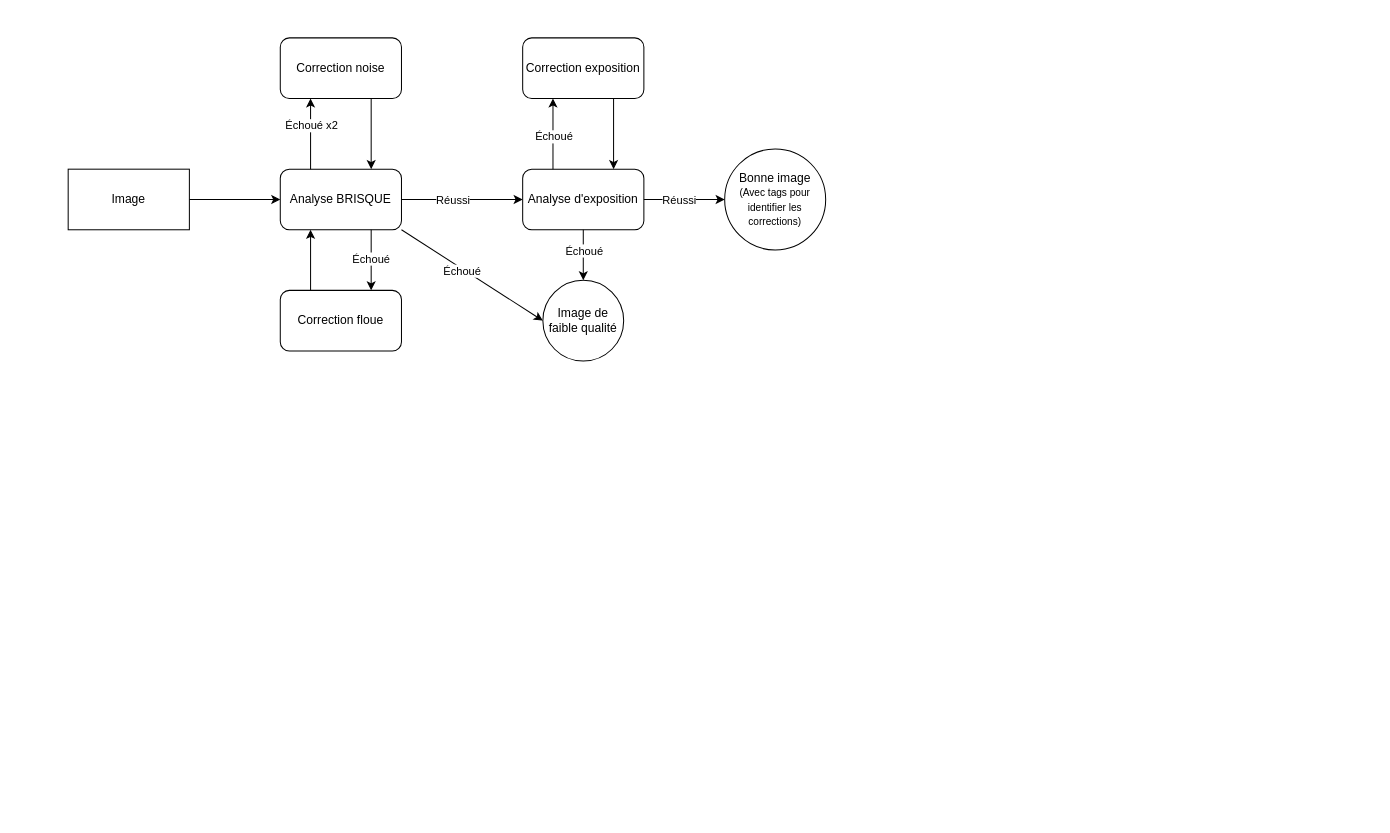
OSMAutoDrone/image_analysis keeps this draw.io diagram as diagramme/pipelineIQA.drawio. Above is the earlier version. Source tidied: cells renumbered, new cells numbered last; positions are measured from the earlier drawing's top-left corner, leaving out a move shared by most shapes. Both pictures are drawn from the tidied source at 101%, with x=0, y=0 at pixel (68, 37).
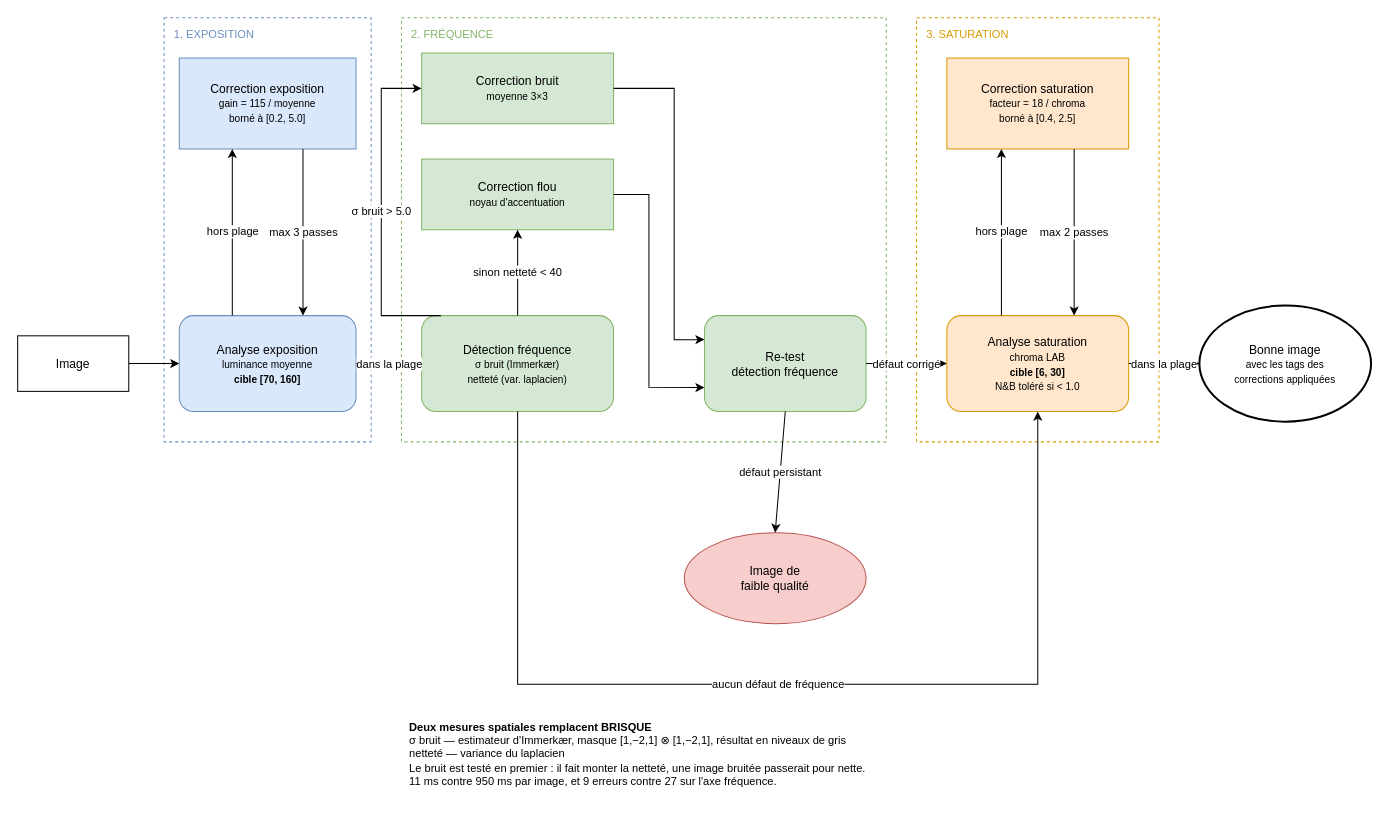
The same page after the edit.

What changed in the source:
```diff
@@
+    <mxCell id="28" value="1. EXPOSITION" style="rounded=0;whiteSpace=wrap;html=1;fillColor=none;strokeColor=#6c8ebf;dashed=1;verticalAlign=top;align=left;spacingLeft=8;spacingTop=4;fontSize=11;fontColor=#6c8ebf;" parent="1" vertex="1">
+      <mxGeometry x="95" y="-20" width="205" height="420" as="geometry" />
+    </mxCell>
+    <mxCell id="29" value="2. FRÉQUENCE" style="rounded=0;whiteSpace=wrap;html=1;fillColor=none;strokeColor=#82b366;dashed=1;verticalAlign=top;align=left;spacingLeft=8;spacingTop=4;fontSize=11;fontColor=#82b366;" parent="1" vertex="1">
+      <mxGeometry x="330" y="-20" width="480" height="420" as="geometry" />
+    </mxCell>
+    <mxCell id="30" value="3. SATURATION" style="rounded=0;whiteSpace=wrap;html=1;fillColor=none;strokeColor=#d79b00;dashed=1;verticalAlign=top;align=left;spacingLeft=8;spacingTop=4;fontSize=11;fontColor=#d79b00;" parent="1" vertex="1">
+      <mxGeometry x="840" y="-20" width="240" height="420" as="geometry" />
+    </mxCell>
     <mxCell id="2" value="Image" style="rounded=0;whiteSpace=wrap;html=1;" parent="1" vertex="1">
-      <mxGeometry y="130" width="120" height="60" as="geometry" />
+      <mxGeometry x="-50" y="295" width="110" height="55" as="geometry" />
     </mxCell>
-    <mxCell id="3" style="endArrow=classic;html=1;rounded=0;exitX=1;exitY=0.5;exitDx=0;exitDy=0;" parent="1" edge="1" source="2">
-      <mxGeometry relative="1" as="geometry">
-        <mxPoint x="210" y="160" as="targetPoint" />
-      </mxGeometry>
-    </mxCell>
-    <mxCell id="4" value="Analyse BRISQUE" style="rounded=1;whiteSpace=wrap;html=1;glass=0;" parent="1" vertex="1">
-      <mxGeometry x="210" y="130" width="120" height="60" as="geometry" />
-    </mxCell>
-    <mxCell id="5" style="endArrow=classic;html=1;rounded=0;" parent="1" edge="1">
-      <mxGeometry relative="1" as="geometry">
-        <mxPoint x="330" y="160" as="sourcePoint" />
-        <mxPoint x="450" y="160" as="targetPoint" />
-      </mxGeometry>
-    </mxCell>
-    <mxCell id="6" value="Réussi" style="edgeLabel;html=1;align=center;verticalAlign=middle;" parent="5" vertex="1">
-      <mxGeometry x="-0.17" relative="1" as="geometry" />
-    </mxCell>
-    <mxCell id="7" value="Analyse d'exposition" style="rounded=1;whiteSpace=wrap;html=1;glass=0;" parent="1" vertex="1">
-      <mxGeometry x="450" y="130" width="120" height="60" as="geometry" />
-    </mxCell>
-    <mxCell id="8" style="endArrow=classic;html=1;rounded=0;" parent="1" edge="1">
-      <mxGeometry relative="1" as="geometry">
-        <mxPoint x="570" y="160" as="sourcePoint" />
-        <mxPoint x="650" y="160" as="targetPoint" />
-      </mxGeometry>
-    </mxCell>
-    <mxCell id="9" value="Réussi" style="edgeLabel;html=1;align=center;verticalAlign=middle;" parent="8" vertex="1">
-      <mxGeometry x="-0.15" y="4" relative="1" as="geometry">
-        <mxPoint y="4" as="offset" />
-      </mxGeometry>
-    </mxCell>
-    <mxCell id="10" value="Bonne image&lt;br&gt;&lt;font style=&quot;font-size: 10px;&quot;&gt;(Avec tags pour identifier les corrections)&lt;/font&gt;" style="ellipse;whiteSpace=wrap;html=1;" parent="1" vertex="1">
-      <mxGeometry x="650" y="110" width="100" height="100" as="geometry" />
-    </mxCell>
-    <mxCell id="11" style="endArrow=classic;html=1;rounded=0;exitX=0.75;exitY=1;exitDx=0;exitDy=0;" parent="1" edge="1" source="4">
-      <mxGeometry relative="1" as="geometry">
-        <mxPoint x="300" y="250" as="targetPoint" />
-      </mxGeometry>
-    </mxCell>
-    <mxCell id="12" value="Échoué" style="edgeLabel;html=1;align=center;verticalAlign=middle;" parent="11" vertex="1">
-      <mxGeometry x="-0.07" y="-1" relative="1" as="geometry" />
-    </mxCell>
-    <mxCell id="13" value="Correction floue" style="rounded=1;whiteSpace=wrap;html=1;" parent="1" vertex="1">
-      <mxGeometry x="210" y="250" width="120" height="60" as="geometry" />
-    </mxCell>
-    <mxCell id="14" style="endArrow=classic;html=1;rounded=0;exitX=0.25;exitY=0;exitDx=0;exitDy=0;entryX=0.25;entryY=1;entryDx=0;entryDy=0;" parent="1" edge="1" source="13" target="4">
-      <mxGeometry relative="1" as="geometry" />
-    </mxCell>
-    <mxCell id="15" style="endArrow=classic;html=1;rounded=0;exitX=0.5;exitY=0;exitDx=0;exitDy=0;" parent="1" edge="1">
-      <mxGeometry relative="1" as="geometry">
-        <mxPoint x="240" y="130" as="sourcePoint" />
-        <mxPoint x="240" y="60" as="targetPoint" />
-      </mxGeometry>
-    </mxCell>
-    <mxCell id="16" value="Échoué x2" style="edgeLabel;html=1;align=center;verticalAlign=middle;" parent="15" vertex="1">
-      <mxGeometry x="0.26" relative="1" as="geometry" />
-    </mxCell>
-    <mxCell id="17" value="Correction noise" style="rounded=1;whiteSpace=wrap;html=1;" parent="1" vertex="1">
-      <mxGeometry x="210" width="120" height="60" as="geometry" />
-    </mxCell>
-    <mxCell id="18" style="endArrow=classic;html=1;rounded=0;exitX=0.75;exitY=1;exitDx=0;exitDy=0;entryX=0.75;entryY=0;entryDx=0;entryDy=0;" parent="1" edge="1" source="17" target="4">
-      <mxGeometry relative="1" as="geometry" />
-    </mxCell>
-    <mxCell id="19" value="Correction exposition" style="rounded=1;whiteSpace=wrap;html=1;" parent="1" vertex="1">
-      <mxGeometry x="450" width="120" height="60" as="geometry" />
-    </mxCell>
-    <mxCell id="20" style="endArrow=classic;html=1;rounded=0;exitX=0.25;exitY=0;exitDx=0;exitDy=0;entryX=0.25;entryY=1;entryDx=0;entryDy=0;" parent="1" edge="1" source="7" target="19">
-      <mxGeometry relative="1" as="geometry" />
-    </mxCell>
-    <mxCell id="21" value="Échoué" style="edgeLabel;html=1;align=center;verticalAlign=middle;" parent="20" vertex="1">
-      <mxGeometry x="-0.06" relative="1" as="geometry" />
-    </mxCell>
-    <mxCell id="22" style="endArrow=classic;html=1;rounded=0;exitX=0.75;exitY=1;exitDx=0;exitDy=0;entryX=0.75;entryY=0;entryDx=0;entryDy=0;" parent="1" edge="1" source="19" target="7">
-      <mxGeometry relative="1" as="geometry" />
-    </mxCell>
-    <mxCell id="23" style="endArrow=classic;html=1;rounded=0;exitX=1;exitY=1;exitDx=0;exitDy=0;entryX=0;entryY=0.5;entryDx=0;entryDy=0;" parent="1" edge="1" source="4" target="25">
-      <mxGeometry relative="1" as="geometry" />
-    </mxCell>
-    <mxCell id="24" value="Échoué" style="edgeLabel;html=1;align=center;verticalAlign=middle;" parent="23" vertex="1">
-      <mxGeometry x="-0.06" y="-5" relative="1" as="geometry">
-        <mxPoint x="-3" y="-6" as="offset" />
-      </mxGeometry>
-    </mxCell>
+    <mxCell id="31" value="Analyse exposition&lt;br&gt;&lt;font style=&quot;font-size: 10px;&quot;&gt;luminance moyenne&lt;br&gt;&lt;b&gt;cible [70, 160]&lt;/b&gt;&lt;/font&gt;" style="rounded=1;whiteSpace=wrap;html=1;fillColor=#dae8fc;strokeColor=#6c8ebf;" parent="1" vertex="1">
+      <mxGeometry x="110" y="275" width="175" height="95" as="geometry" />
+    </mxCell>
+    <mxCell id="32" value="Correction exposition&lt;br&gt;&lt;font style=&quot;font-size: 10px;&quot;&gt;gain = 115 / moyenne&lt;br&gt;borné à [0.2, 5.0]&lt;/font&gt;" style="rounded=0;whiteSpace=wrap;html=1;fillColor=#dae8fc;strokeColor=#6c8ebf;" parent="1" vertex="1">
+      <mxGeometry x="110" y="20" width="175" height="90" as="geometry" />
+    </mxCell>
+    <mxCell id="33" value="Correction bruit&lt;br&gt;&lt;font style=&quot;font-size: 10px;&quot;&gt;moyenne 3×3&lt;/font&gt;" style="rounded=0;whiteSpace=wrap;html=1;fillColor=#d5e8d4;strokeColor=#82b366;" parent="1" vertex="1">
+      <mxGeometry x="350" y="15" width="190" height="70" as="geometry" />
+    </mxCell>
+    <mxCell id="34" value="Correction flou&lt;br&gt;&lt;font style=&quot;font-size: 10px;&quot;&gt;noyau d'accentuation&lt;/font&gt;" style="rounded=0;whiteSpace=wrap;html=1;fillColor=#d5e8d4;strokeColor=#82b366;" parent="1" vertex="1">
+      <mxGeometry x="350" y="120" width="190" height="70" as="geometry" />
+    </mxCell>
+    <mxCell id="35" value="Détection fréquence&lt;br&gt;&lt;font style=&quot;font-size: 10px;&quot;&gt;σ bruit (Immerkær)&lt;br&gt;netteté (var. laplacien)&lt;/font&gt;" style="rounded=1;whiteSpace=wrap;html=1;fillColor=#d5e8d4;strokeColor=#82b366;" parent="1" vertex="1">
+      <mxGeometry x="350" y="275" width="190" height="95" as="geometry" />
+    </mxCell>
+    <mxCell id="36" value="Re-test&lt;br&gt;détection fréquence" style="rounded=1;whiteSpace=wrap;html=1;fillColor=#d5e8d4;strokeColor=#82b366;" parent="1" vertex="1">
+      <mxGeometry x="630" y="275" width="160" height="95" as="geometry" />
+    </mxCell>
+    <mxCell id="37" value="Analyse saturation&lt;br&gt;&lt;font style=&quot;font-size: 10px;&quot;&gt;chroma LAB&lt;br&gt;&lt;b&gt;cible [6, 30]&lt;/b&gt;&lt;br&gt;N&amp;amp;B toléré si &amp;lt; 1.0&lt;/font&gt;" style="rounded=1;whiteSpace=wrap;html=1;fillColor=#ffe6cc;strokeColor=#d79b00;" parent="1" vertex="1">
+      <mxGeometry x="870" y="275" width="180" height="95" as="geometry" />
+    </mxCell>
+    <mxCell id="38" value="Correction saturation&lt;br&gt;&lt;font style=&quot;font-size: 10px;&quot;&gt;facteur = 18 / chroma&lt;br&gt;borné à [0.4, 2.5]&lt;/font&gt;" style="rounded=0;whiteSpace=wrap;html=1;fillColor=#ffe6cc;strokeColor=#d79b00;" parent="1" vertex="1">
+      <mxGeometry x="870" y="20" width="180" height="90" as="geometry" />
+    </mxCell>
+    <mxCell id="39" value="Bonne image&lt;br&gt;&lt;font style=&quot;font-size: 10px;&quot;&gt;avec les tags des&lt;br&gt;corrections appliquées&lt;/font&gt;" style="ellipse;whiteSpace=wrap;html=1;strokeWidth=2;" parent="1" vertex="1">
+      <mxGeometry x="1120" y="265" width="170" height="115" as="geometry" />
+    </mxCell>
-    <mxCell id="25" value="Image de faible qualité" style="ellipse;whiteSpace=wrap;html=1;" parent="1" vertex="1">
-      <mxGeometry x="470" y="240" width="80" height="80" as="geometry" />
+    <mxCell id="25" value="Image de&lt;br&gt;faible qualité" style="ellipse;whiteSpace=wrap;html=1;fillColor=#f8cecc;strokeColor=#b85450;" parent="1" vertex="1">
+      <mxGeometry x="610" y="490" width="180" height="90" as="geometry" />
     </mxCell>
-    <mxCell id="26" style="endArrow=classic;html=1;rounded=0;exitX=0.5;exitY=1;exitDx=0;exitDy=0;entryX=0.5;entryY=0;entryDx=0;entryDy=0;" parent="1" edge="1" source="7" target="25">
-      <mxGeometry relative="1" as="geometry" />
-    </mxCell>
-    <mxCell id="27" value="Échoué" style="edgeLabel;html=1;align=center;verticalAlign=middle;" parent="26" vertex="1">
-      <mxGeometry x="-0.52" y="5" relative="1" as="geometry">
-        <mxPoint x="-5" y="8" as="offset" />
-      </mxGeometry>
-    </mxCell>
+    <mxCell id="40" style="endArrow=classic;html=1;rounded=0;exitX=1;exitY=0.5;entryX=0;entryY=0.5;" parent="1" edge="1" source="2" target="31">
+      <mxGeometry relative="1" as="geometry" />
+    </mxCell>
+    <mxCell id="41" value="hors plage" style="endArrow=classic;html=1;rounded=0;exitX=0.3;exitY=0;entryX=0.3;entryY=1;" parent="1" edge="1" source="31" target="32">
+      <mxGeometry relative="1" as="geometry" />
+    </mxCell>
+    <mxCell id="42" value="max 3 passes" style="endArrow=classic;html=1;rounded=0;exitX=0.7;exitY=1;entryX=0.7;entryY=0;" parent="1" edge="1" source="32" target="31">
+      <mxGeometry relative="1" as="geometry" />
+    </mxCell>
+    <mxCell id="43" value="dans la plage" style="endArrow=classic;html=1;rounded=0;exitX=1;exitY=0.5;entryX=0;entryY=0.5;" parent="1" edge="1" source="31" target="35">
+      <mxGeometry relative="1" as="geometry" />
+    </mxCell>
+    <mxCell id="44" value="σ bruit &amp;gt; 5.0" style="endArrow=classic;html=1;rounded=0;exitX=0.1;exitY=0;entryX=0;entryY=0.5;" parent="1" edge="1" source="35" target="33">
+      <mxGeometry relative="1" as="geometry">
+        <Array as="points">
+          <mxPoint x="310" y="275" />
+          <mxPoint x="310" y="50" />
+        </Array>
+      </mxGeometry>
+    </mxCell>
+    <mxCell id="45" value="sinon netteté &amp;lt; 40" style="endArrow=classic;html=1;rounded=0;exitX=0.5;exitY=0;entryX=0.5;entryY=1;" parent="1" edge="1" source="35" target="34">
+      <mxGeometry relative="1" as="geometry" />
+    </mxCell>
+    <mxCell id="46" style="endArrow=classic;html=1;rounded=0;exitX=1;exitY=0.5;entryX=0;entryY=0.25;" parent="1" edge="1" source="33" target="36">
+      <mxGeometry relative="1" as="geometry">
+        <Array as="points">
+          <mxPoint x="600" y="50" />
+          <mxPoint x="600" y="299" />
+        </Array>
+      </mxGeometry>
+    </mxCell>
+    <mxCell id="47" style="endArrow=classic;html=1;rounded=0;exitX=1;exitY=0.5;entryX=0;entryY=0.75;" parent="1" edge="1" source="34" target="36">
+      <mxGeometry relative="1" as="geometry">
+        <Array as="points">
+          <mxPoint x="575" y="155" />
+          <mxPoint x="575" y="346" />
+        </Array>
+      </mxGeometry>
+    </mxCell>
+    <mxCell id="48" value="défaut corrigé" style="endArrow=classic;html=1;rounded=0;exitX=1;exitY=0.5;entryX=0;entryY=0.5;" parent="1" edge="1" source="36" target="37">
+      <mxGeometry relative="1" as="geometry" />
+    </mxCell>
+    <mxCell id="49" value="défaut persistant" style="endArrow=classic;html=1;rounded=0;exitX=0.5;exitY=1;entryX=0.5;entryY=0;" parent="1" edge="1" source="36" target="25">
+      <mxGeometry relative="1" as="geometry" />
+    </mxCell>
+    <mxCell id="50" value="aucun défaut de fréquence" style="endArrow=classic;html=1;rounded=0;exitX=0.5;exitY=1;entryX=0.5;entryY=1;" parent="1" edge="1" source="35" target="37">
+      <mxGeometry relative="1" as="geometry">
+        <Array as="points">
+          <mxPoint x="445" y="640" />
+          <mxPoint x="960" y="640" />
+        </Array>
+      </mxGeometry>
+    </mxCell>
+    <mxCell id="51" value="hors plage" style="endArrow=classic;html=1;rounded=0;exitX=0.3;exitY=0;entryX=0.3;entryY=1;" parent="1" edge="1" source="37" target="38">
+      <mxGeometry relative="1" as="geometry" />
+    </mxCell>
+    <mxCell id="52" value="max 2 passes" style="endArrow=classic;html=1;rounded=0;exitX=0.7;exitY=1;entryX=0.7;entryY=0;" parent="1" edge="1" source="38" target="37">
+      <mxGeometry relative="1" as="geometry" />
+    </mxCell>
+    <mxCell id="53" value="dans la plage" style="endArrow=classic;html=1;rounded=0;exitX=1;exitY=0.5;entryX=0;entryY=0.5;" parent="1" edge="1" source="37" target="39">
+      <mxGeometry relative="1" as="geometry" />
+    </mxCell>
+    <mxCell id="54" value="&lt;b&gt;Deux mesures spatiales remplacent BRISQUE&lt;/b&gt;&lt;br&gt;σ bruit — estimateur d'Immerkær, masque [1,−2,1] ⊗ [1,−2,1], résultat en niveaux de gris&lt;br&gt;netteté — variance du laplacien&lt;br&gt;Le bruit est testé en premier : il fait monter la netteté, une image bruitée passerait pour nette.&lt;br&gt;11 ms contre 950 ms par image, et 9 erreurs contre 27 sur l'axe fréquence." style="text;html=1;whiteSpace=wrap;align=left;verticalAlign=top;fontSize=11;spacingLeft=6;" parent="1" vertex="1">
+      <mxGeometry x="330" y="670" width="640" height="100" as="geometry" />
+    </mxCell>
```
